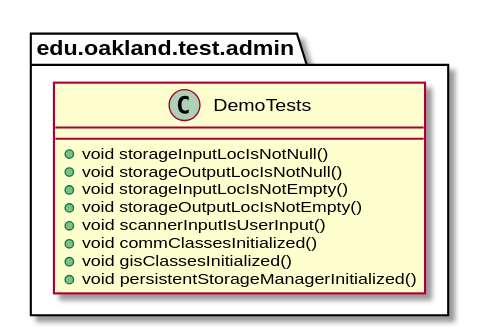
This is docs/uml-class-diagrams/admin/test/DemoTests/DemoTests.svg from andrewdimmer/csi-3370-software-project, a PlantUML export, as it was before one commit.
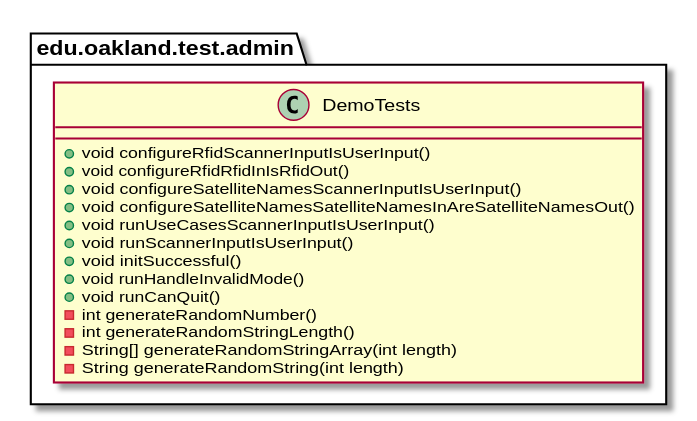
Later version of the same file.

Change to the diagram source:
```diff
@@ -2,14 +2,19 @@
 
 package edu.oakland.test.admin {
     class DemoTests {
-        + void storageInputLocIsNotNull()
-        + void storageOutputLocIsNotNull()
-        + void storageInputLocIsNotEmpty()
-        + void storageOutputLocIsNotEmpty()
-        + void scannerInputIsUserInput()
-        + void commClassesInitialized()
-        + void gisClassesInitialized()
-        + void persistentStorageManagerInitialized()
+        + void configureRfidScannerInputIsUserInput()
+        + void configureRfidRfidInIsRfidOut()
+        + void configureSatelliteNamesScannerInputIsUserInput()
+        + void configureSatelliteNamesSatelliteNamesInAreSatelliteNamesOut()
+        + void runUseCasesScannerInputIsUserInput()
+        + void runScannerInputIsUserInput()
+        + void initSuccessful()
+        + void runHandleInvalidMode()
+        + void runCanQuit()
+        - int generateRandomNumber()
+        - int generateRandomStringLength()
+        - String[] generateRandomStringArray(int length)
+        - String generateRandomString(int length)
     }
 }
 
```
